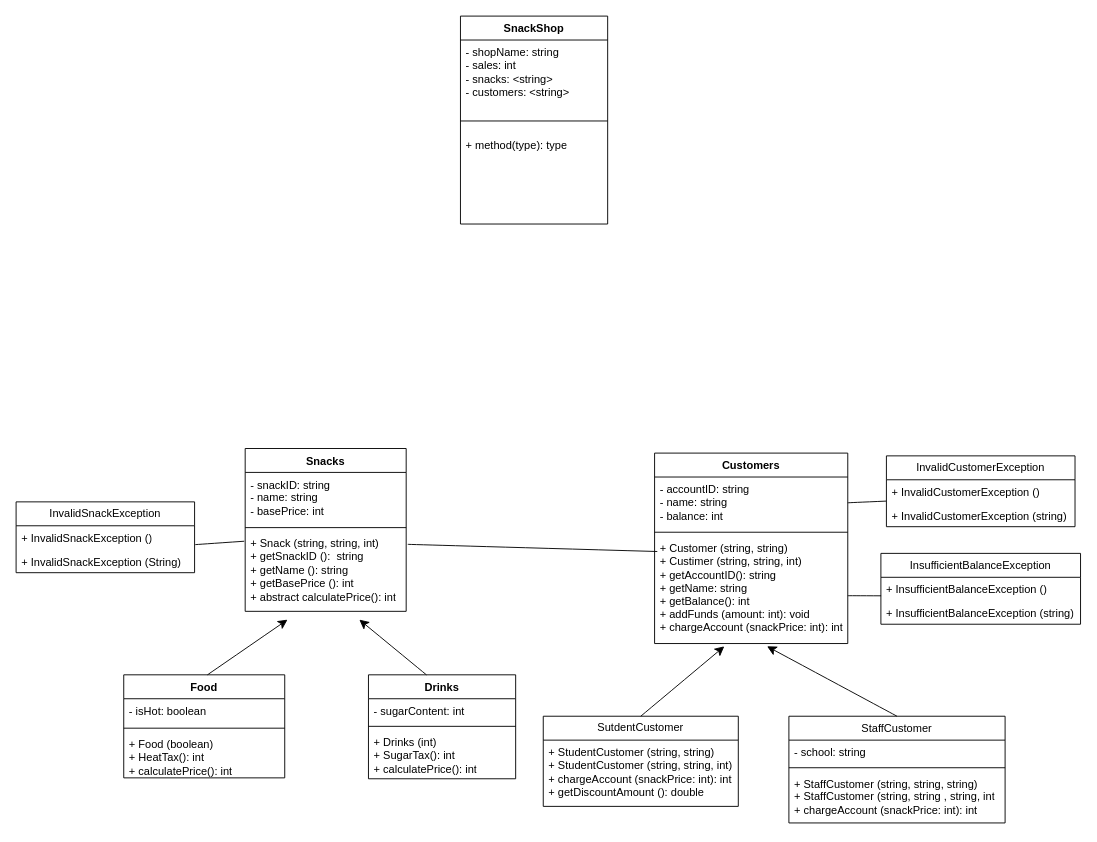
Before: Assignment UML Diagram.drawio in WateryLemon/CMP_4008Y-Programming-1-Coursework-Assignment-2, a draw.io diagram. Source tidied: cells renumbered, new cells numbered last; positions are measured from the earlier drawing's top-left corner, leaving out a move shared by most shapes. Both pictures are drawn from the tidied source at 92%, with x=0, y=0 at pixel (16, 16).
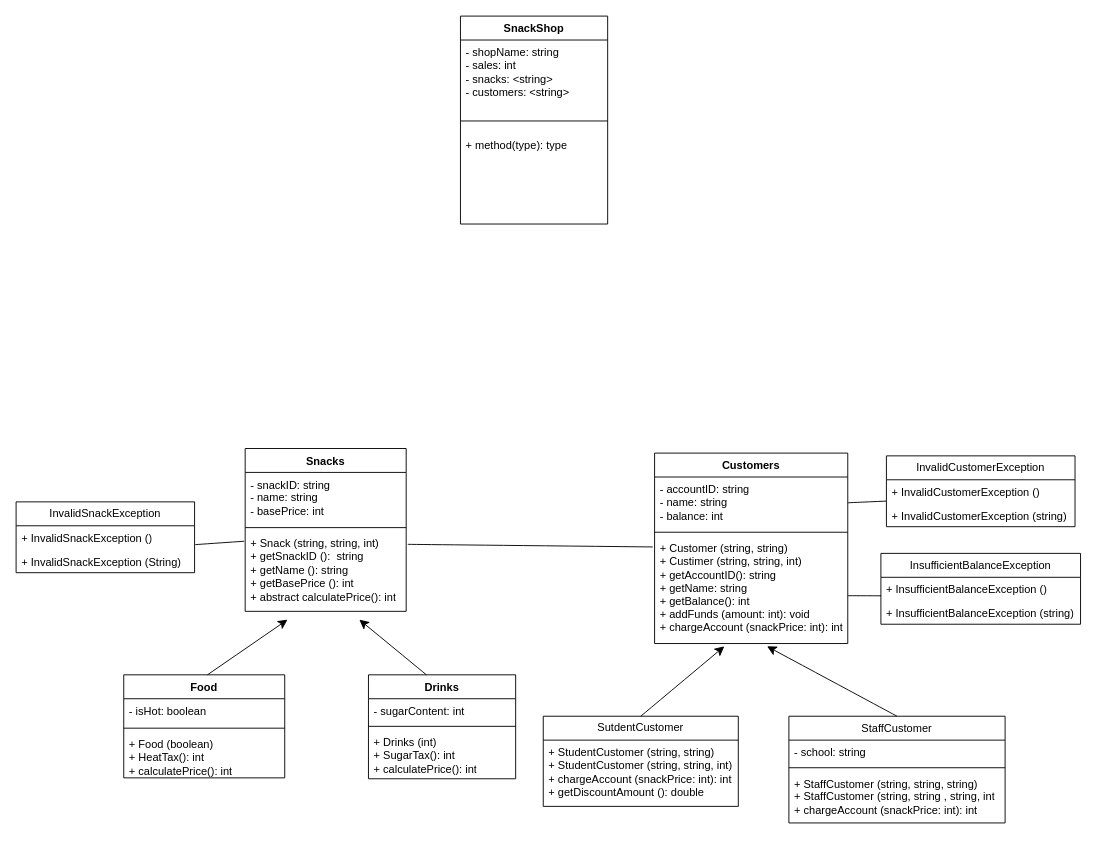
The same diagram, later.

Unchanged cells that the change refers to:
```xml
<mxCell id="5" value="+ Snack (string, string, int)&lt;div&gt;+ getSnackID ():&amp;nbsp; string&lt;/div&gt;&lt;div&gt;+ getName (): string&lt;/div&gt;&lt;div&gt;+ getBasePrice (): int&lt;br&gt;&lt;div&gt;+ abstract calculatePrice(): int&lt;/div&gt;&lt;/div&gt;" style="text;strokeColor=none;fillColor=none;align=left;verticalAlign=top;spacingLeft=4;spacingRight=4;overflow=hidden;points=[[0,0.5],[1,0.5]];portConstraint=eastwest;whiteSpace=wrap;html=1;" parent="2" vertex="1">
  <mxGeometry y="90" width="175" height="87" as="geometry" />
</mxCell>
<mxCell id="23" value="+ Customer (string, string)&lt;div&gt;+ Custimer (string, string, int)&lt;/div&gt;&lt;div&gt;+ getAccountID(): string&lt;/div&gt;&lt;div&gt;+ getName: string&lt;/div&gt;&lt;div&gt;+ getBalance(): int&lt;/div&gt;&lt;div&gt;+ addFunds (amount: int): void&lt;/div&gt;&lt;div&gt;+ chargeAccount (snackPrice: int): int&lt;/div&gt;" style="text;strokeColor=none;fillColor=none;align=left;verticalAlign=top;spacingLeft=4;spacingRight=4;overflow=hidden;points=[[0,0.5],[1,0.5]];portConstraint=eastwest;whiteSpace=wrap;html=1;" parent="20" vertex="1">
  <mxGeometry y="90" width="210" height="117" as="geometry" />
</mxCell>
```

Change to the diagram source:
```diff
@@
-    <mxCell id="32" style="endArrow=none;html=1;rounded=0;fontSize=12;startSize=8;endSize=8;curved=1;entryX=0.014;entryY=0.145;entryDx=0;entryDy=0;entryPerimeter=0;exitX=1.01;exitY=0.163;exitDx=0;exitDy=0;exitPerimeter=0;" parent="1" edge="1" source="5" target="23">
-      <mxGeometry relative="1" as="geometry" />
+    <mxCell id="32" style="endArrow=none;html=1;rounded=0;fontSize=12;startSize=8;endSize=8;curved=1;exitX=1.01;exitY=0.163;exitDx=0;exitDy=0;exitPerimeter=0;" parent="1" edge="1" source="5">
+      <mxGeometry relative="1" as="geometry">
+        <mxPoint x="692" y="577" as="targetPoint" />
+      </mxGeometry>
     </mxCell>
```
